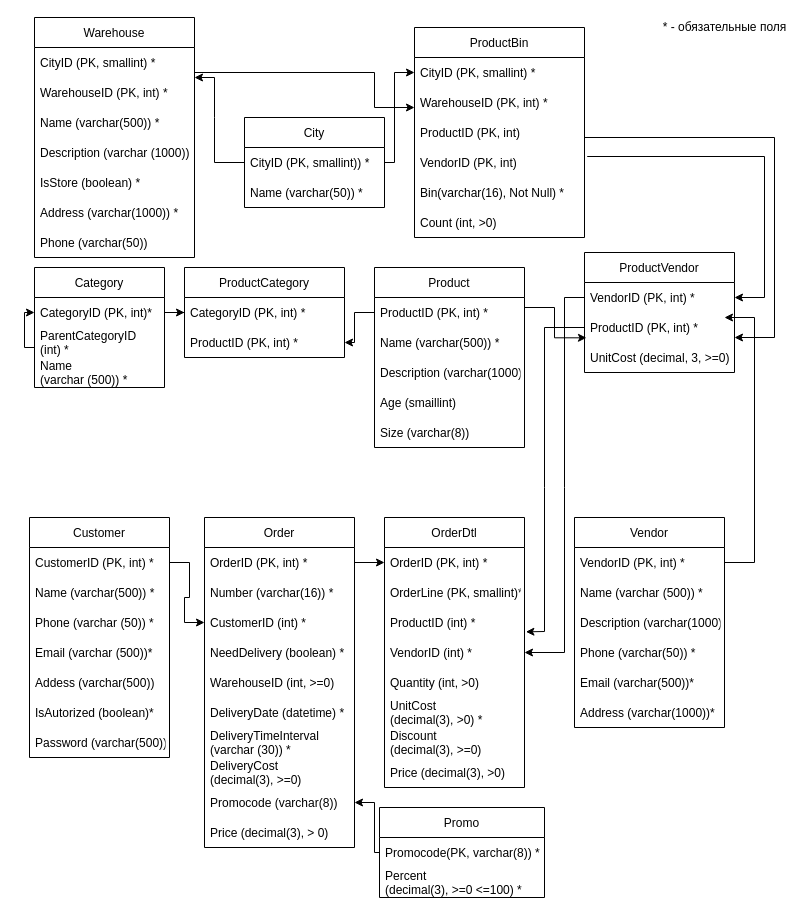
Before: page "Database Diagram" (1 of 5) of DBCourse_Diagram.drawio in iyudintseva/DBCourse05_2022, a draw.io diagram. Source tidied: cells renumbered, new cells numbered last; positions are measured from the earlier drawing's top-left corner, leaving out a move shared by most shapes. Both pictures are drawn from the tidied source at 100%, with x=0, y=0 at pixel (24, 17).
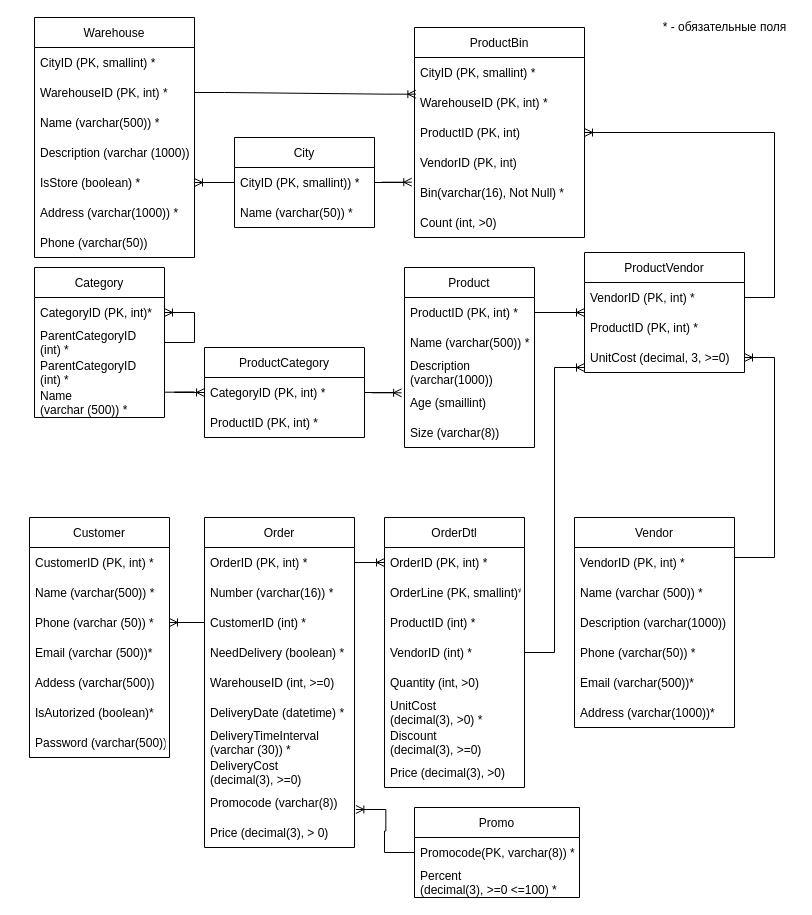
The same diagram, later.

Unchanged cells that the change refers to:
```xml
<mxCell id="3" value="CustomerID (PK, int) *" style="text;strokeColor=none;fillColor=none;align=left;verticalAlign=middle;spacingLeft=4;spacingRight=4;overflow=hidden;points=[[0,0.5],[1,0.5]];portConstraint=eastwest;" parent="2" vertex="1">
  <mxGeometry y="30" width="140" height="30" as="geometry" />
</mxCell>
<mxCell id="5" value="Phone (varchar (50)) *" style="text;strokeColor=none;fillColor=none;align=left;verticalAlign=middle;spacingLeft=4;spacingRight=4;overflow=hidden;points=[[0,0.5],[1,0.5]];portConstraint=eastwest;" parent="2" vertex="1">
  <mxGeometry y="90" width="140" height="30" as="geometry" />
</mxCell>
<mxCell id="25" value="WarehouseID (PK, int) *" style="text;strokeColor=none;fillColor=none;align=left;verticalAlign=middle;spacingLeft=4;spacingRight=4;overflow=hidden;points=[[0,0.5],[1,0.5]];portConstraint=eastwest;" parent="23" vertex="1">
  <mxGeometry y="60" width="160" height="30" as="geometry" />
</mxCell>
<mxCell id="28" value="IsStore (boolean) *" style="text;strokeColor=none;fillColor=none;align=left;verticalAlign=middle;spacingLeft=4;spacingRight=4;overflow=hidden;points=[[0,0.5],[1,0.5]];portConstraint=eastwest;" parent="23" vertex="1">
  <mxGeometry y="150" width="160" height="30" as="geometry" />
</mxCell>
<mxCell id="32" value="CityID (PK, smallint) *" style="text;strokeColor=none;fillColor=none;align=left;verticalAlign=middle;spacingLeft=4;spacingRight=4;overflow=hidden;points=[[0,0.5],[1,0.5]];portConstraint=eastwest;" parent="31" vertex="1">
  <mxGeometry y="30" width="170" height="30" as="geometry" />
</mxCell>
<mxCell id="33" value="WarehouseID (PK, int) *" style="text;strokeColor=none;fillColor=none;align=left;verticalAlign=middle;spacingLeft=4;spacingRight=4;overflow=hidden;points=[[0,0.5],[1,0.5]];portConstraint=eastwest;" parent="31" vertex="1">
  <mxGeometry y="60" width="170" height="30" as="geometry" />
</mxCell>
<mxCell id="34" value="ProductID (PK, int)" style="text;strokeColor=none;fillColor=none;align=left;verticalAlign=middle;spacingLeft=4;spacingRight=4;overflow=hidden;points=[[0,0.5],[1,0.5]];portConstraint=eastwest;" parent="31" vertex="1">
  <mxGeometry y="90" width="170" height="30" as="geometry" />
</mxCell>
<mxCell id="35" value="VendorID (PK, int)" style="text;strokeColor=none;fillColor=none;align=left;verticalAlign=middle;spacingLeft=4;spacingRight=4;overflow=hidden;points=[[0,0.5],[1,0.5]];portConstraint=eastwest;" parent="31" vertex="1">
  <mxGeometry y="120" width="170" height="30" as="geometry" />
</mxCell>
<mxCell id="36" value="Bin(varchar(16), Not Null) *" style="text;strokeColor=none;fillColor=none;align=left;verticalAlign=middle;spacingLeft=4;spacingRight=4;overflow=hidden;points=[[0,0.5],[1,0.5]];portConstraint=eastwest;" parent="31" vertex="1">
  <mxGeometry y="150" width="170" height="30" as="geometry" />
</mxCell>
<mxCell id="39" value="OrderID (PK, int) *" style="text;strokeColor=none;fillColor=none;align=left;verticalAlign=middle;spacingLeft=4;spacingRight=4;overflow=hidden;points=[[0,0.5],[1,0.5]];portConstraint=eastwest;" parent="38" vertex="1">
  <mxGeometry y="30" width="150" height="30" as="geometry" />
</mxCell>
<mxCell id="41" value="CustomerID (int) *" style="text;strokeColor=none;fillColor=none;align=left;verticalAlign=middle;spacingLeft=4;spacingRight=4;overflow=hidden;points=[[0,0.5],[1,0.5]];portConstraint=eastwest;" parent="38" vertex="1">
  <mxGeometry y="90" width="150" height="30" as="geometry" />
</mxCell>
<mxCell id="47" value="Promocode (varchar(8))" style="text;strokeColor=none;fillColor=none;align=left;verticalAlign=middle;spacingLeft=4;spacingRight=4;overflow=hidden;points=[[0,0.5],[1,0.5]];portConstraint=eastwest;" parent="38" vertex="1">
  <mxGeometry y="270" width="150" height="30" as="geometry" />
</mxCell>
<mxCell id="50" value="OrderID (PK, int) *" style="text;strokeColor=none;fillColor=none;align=left;verticalAlign=middle;spacingLeft=4;spacingRight=4;overflow=hidden;points=[[0,0.5],[1,0.5]];portConstraint=eastwest;" parent="49" vertex="1">
  <mxGeometry y="30" width="140" height="30" as="geometry" />
</mxCell>
<mxCell id="52" value="ProductID (int) * " style="text;strokeColor=none;fillColor=none;align=left;verticalAlign=middle;spacingLeft=4;spacingRight=4;overflow=hidden;points=[[0,0.5],[1,0.5]];portConstraint=eastwest;" parent="49" vertex="1">
  <mxGeometry y="90" width="140" height="30" as="geometry" />
</mxCell>
<mxCell id="53" value="VendorID (int) *" style="text;strokeColor=none;fillColor=none;align=left;verticalAlign=middle;spacingLeft=4;spacingRight=4;overflow=hidden;points=[[0,0.5],[1,0.5]];portConstraint=eastwest;" parent="49" vertex="1">
  <mxGeometry y="120" width="140" height="30" as="geometry" />
</mxCell>
<mxCell id="59" value="CategoryID (PK, int)*" style="text;strokeColor=none;fillColor=none;align=left;verticalAlign=middle;spacingLeft=4;spacingRight=4;overflow=hidden;points=[[0,0.5],[1,0.5]];portConstraint=eastwest;" parent="58" vertex="1">
  <mxGeometry y="30" width="130" height="30" as="geometry" />
</mxCell>
<mxCell id="63" value="CategoryID (PK, int) *" style="text;strokeColor=none;fillColor=none;align=left;verticalAlign=middle;spacingLeft=4;spacingRight=4;overflow=hidden;points=[[0,0.5],[1,0.5]];portConstraint=eastwest;" parent="62" vertex="1">
  <mxGeometry y="30" width="160" height="30" as="geometry" />
</mxCell>
<mxCell id="64" value="ProductID (PK, int) *" style="text;strokeColor=none;fillColor=none;align=left;verticalAlign=middle;spacingLeft=4;spacingRight=4;overflow=hidden;points=[[0,0.5],[1,0.5]];portConstraint=eastwest;" parent="62" vertex="1">
  <mxGeometry y="60" width="160" height="30" as="geometry" />
</mxCell>
<mxCell id="78" value="CityID (PK, smallint)) *" style="text;strokeColor=none;fillColor=none;align=left;verticalAlign=middle;spacingLeft=4;spacingRight=4;overflow=hidden;points=[[0,0.5],[1,0.5]];portConstraint=eastwest;" parent="77" vertex="1">
  <mxGeometry y="30" width="140" height="30" as="geometry" />
</mxCell>
<mxCell id="89" value="Promocode(PK, varchar(8)) *" style="text;strokeColor=none;fillColor=none;align=left;verticalAlign=middle;spacingLeft=4;spacingRight=4;overflow=hidden;points=[[0,0.5],[1,0.5]];portConstraint=eastwest;" parent="88" vertex="1">
  <mxGeometry y="30" width="165" height="30" as="geometry" />
</mxCell>
```

Change to the diagram source:
```diff
@@
     <mxCell id="10" value="Vendor" style="swimlane;fontStyle=0;horizontal=1;startSize=30;" parent="1" vertex="1">
-      <mxGeometry x="550" y="500" width="150" height="210" as="geometry" />
+      <mxGeometry x="550" y="500" width="160" height="210" as="geometry" />
     </mxCell>
     <mxCell id="11" value="VendorID (PK, int) *" style="text;strokeColor=none;fillColor=none;align=left;verticalAlign=middle;spacingLeft=4;spacingRight=4;overflow=hidden;points=[[0,0.5],[1,0.5]];portConstraint=eastwest;" parent="10" vertex="1">
-      <mxGeometry y="30" width="150" height="30" as="geometry" />
+      <mxGeometry y="30" width="160" height="30" as="geometry" />
     </mxCell>
     <mxCell id="12" value="Name (varchar (500)) *" style="text;strokeColor=none;fillColor=none;align=left;verticalAlign=middle;spacingLeft=4;spacingRight=4;overflow=hidden;" parent="10" vertex="1">
-      <mxGeometry y="60" width="150" height="30" as="geometry" />
+      <mxGeometry y="60" width="160" height="30" as="geometry" />
     </mxCell>
     <mxCell id="13" value="Description (varchar(1000))" style="text;strokeColor=none;fillColor=none;align=left;verticalAlign=middle;spacingLeft=4;spacingRight=4;overflow=hidden;" parent="10" vertex="1">
-      <mxGeometry y="90" width="150" height="30" as="geometry" />
+      <mxGeometry y="90" width="160" height="30" as="geometry" />
     </mxCell>
     <mxCell id="14" value="Phone (varchar(50)) *" style="text;strokeColor=none;fillColor=none;align=left;verticalAlign=middle;spacingLeft=4;spacingRight=4;overflow=hidden;" parent="10" vertex="1">
-      <mxGeometry y="120" width="150" height="30" as="geometry" />
+      <mxGeometry y="120" width="160" height="30" as="geometry" />
     </mxCell>
     <mxCell id="15" value="Email (varchar(500))*" style="text;strokeColor=none;fillColor=none;align=left;verticalAlign=middle;spacingLeft=4;spacingRight=4;overflow=hidden;" parent="10" vertex="1">
-      <mxGeometry y="150" width="150" height="30" as="geometry" />
+      <mxGeometry y="150" width="160" height="30" as="geometry" />
     </mxCell>
     <mxCell id="16" value="Address (varchar(1000))*" style="text;strokeColor=none;fillColor=none;align=left;verticalAlign=middle;spacingLeft=4;spacingRight=4;overflow=hidden;" parent="10" vertex="1">
-      <mxGeometry y="180" width="150" height="30" as="geometry" />
+      <mxGeometry y="180" width="160" height="30" as="geometry" />
     </mxCell>
     <mxCell id="17" value="Product" style="swimlane;fontStyle=0;horizontal=1;startSize=30;" parent="1" vertex="1">
-      <mxGeometry x="350" y="250" width="150" height="180" as="geometry" />
+      <mxGeometry x="380" y="250" width="130" height="180" as="geometry" />
     </mxCell>
     <mxCell id="18" value="ProductID (PK, int) *" style="text;strokeColor=none;fillColor=none;align=left;verticalAlign=middle;spacingLeft=4;spacingRight=4;overflow=hidden;points=[[0,0.5],[1,0.5]];portConstraint=eastwest;" parent="17" vertex="1">
-      <mxGeometry y="30" width="150" height="30" as="geometry" />
+      <mxGeometry y="30" width="130" height="30" as="geometry" />
     </mxCell>
     <mxCell id="19" value="Name (varchar(500)) *" style="text;strokeColor=none;fillColor=none;align=left;verticalAlign=middle;spacingLeft=4;spacingRight=4;overflow=hidden;" parent="17" vertex="1">
-      <mxGeometry y="60" width="150" height="30" as="geometry" />
+      <mxGeometry y="60" width="130" height="30" as="geometry" />
     </mxCell>
-    <mxCell id="20" value="Description (varchar(1000))" style="text;strokeColor=none;fillColor=none;align=left;verticalAlign=middle;spacingLeft=4;spacingRight=4;overflow=hidden;" parent="17" vertex="1">
-      <mxGeometry y="90" width="150" height="30" as="geometry" />
+    <mxCell id="20" value="Description &#10;(varchar(1000))" style="text;strokeColor=none;fillColor=none;align=left;verticalAlign=middle;spacingLeft=4;spacingRight=4;overflow=hidden;" parent="17" vertex="1">
+      <mxGeometry y="90" width="130" height="30" as="geometry" />
     </mxCell>
     <mxCell id="21" value="Age (smaillint)" style="text;strokeColor=none;fillColor=none;align=left;verticalAlign=middle;spacingLeft=4;spacingRight=4;overflow=hidden;points=[[0,0.5],[1,0.5]];portConstraint=eastwest;" parent="17" vertex="1">
-      <mxGeometry y="120" width="150" height="30" as="geometry" />
+      <mxGeometry y="120" width="130" height="30" as="geometry" />
     </mxCell>
     <mxCell id="22" value="Size (varchar(8))" style="text;strokeColor=none;fillColor=none;align=left;verticalAlign=middle;spacingLeft=4;spacingRight=4;overflow=hidden;" parent="17" vertex="1">
-      <mxGeometry y="150" width="150" height="30" as="geometry" />
+      <mxGeometry y="150" width="130" height="30" as="geometry" />
     </mxCell>
@@
     <mxCell id="58" value="Category" style="swimlane;fontStyle=0;horizontal=1;startSize=30;" parent="1" vertex="1">
-      <mxGeometry x="10" y="250" width="130" height="120" as="geometry" />
+      <mxGeometry x="10" y="250" width="130" height="150" as="geometry" />
     </mxCell>
@@
+    <mxCell id="91" value="ParentCategoryID&#10;(int) *" style="text;strokeColor=none;fillColor=none;align=left;verticalAlign=middle;spacingLeft=4;spacingRight=4;overflow=hidden;points=[[0,0.5],[1,0.5]];portConstraint=eastwest;" parent="58" vertex="1">
+      <mxGeometry y="60" width="130" height="30" as="geometry" />
+    </mxCell>
     <mxCell id="60" value="ParentCategoryID&#10;(int) *" style="text;strokeColor=none;fillColor=none;align=left;verticalAlign=middle;spacingLeft=4;spacingRight=4;overflow=hidden;" parent="58" vertex="1">
-      <mxGeometry y="60" width="130" height="30" as="geometry" />
+      <mxGeometry y="90" width="130" height="30" as="geometry" />
     </mxCell>
     <mxCell id="61" value="Name &#10;(varchar (500)) *" style="text;strokeColor=none;fillColor=none;align=left;verticalAlign=middle;spacingLeft=4;spacingRight=4;overflow=hidden;points=[[0,0.5],[1,0.5]];portConstraint=eastwest;" parent="58" vertex="1">
-      <mxGeometry y="90" width="130" height="30" as="geometry" />
+      <mxGeometry y="120" width="130" height="30" as="geometry" />
     </mxCell>
+    <mxCell id="92" style="edgeStyle=entityRelationEdgeStyle;fontSize=12;html=1;endArrow=ERoneToMany;rounded=0;entryX=1;entryY=0.5;entryDx=0;entryDy=0;" parent="58" edge="1" source="91" target="59">
+      <mxGeometry relative="1" as="geometry" />
+    </mxCell>
     <mxCell id="62" value="ProductCategory" style="swimlane;fontStyle=0;horizontal=1;startSize=30;" parent="1" vertex="1">
-      <mxGeometry x="160" y="250" width="160" height="90" as="geometry" />
+      <mxGeometry x="180" y="330" width="160" height="90" as="geometry" />
     </mxCell>
@@
-    <mxCell id="65" style="edgeStyle=orthogonalEdgeStyle;rounded=0;jettySize=auto;html=1;exitX=1;exitY=0.5;exitDx=0;exitDy=0;" parent="1" edge="1" source="25">
-      <mxGeometry relative="1" as="geometry">
-        <mxPoint x="390" y="90" as="targetPoint" />
-        <Array as="points">
-          <mxPoint x="170" y="55" />
-          <mxPoint x="350" y="55" />
-          <mxPoint x="350" y="90" />
-        </Array>
-      </mxGeometry>
-    </mxCell>
-    <mxCell id="66" style="edgeStyle=orthogonalEdgeStyle;rounded=0;jettySize=auto;html=1;entryX=1;entryY=0.5;entryDx=0;entryDy=0;" parent="1" edge="1" source="18" target="64">
-      <mxGeometry relative="1" as="geometry" />
-    </mxCell>
-    <mxCell id="67" style="edgeStyle=orthogonalEdgeStyle;rounded=0;jettySize=auto;html=1;entryX=0;entryY=0.5;entryDx=0;entryDy=0;" parent="1" edge="1" source="59" target="63">
-      <mxGeometry relative="1" as="geometry" />
-    </mxCell>
-    <mxCell id="68" style="edgeStyle=orthogonalEdgeStyle;rounded=0;jettySize=auto;html=1;" parent="1" edge="1" target="59">
-      <mxGeometry relative="1" as="geometry">
-        <mxPoint x="10" y="330" as="sourcePoint" />
-        <Array as="points">
-          <mxPoint y="330" />
-          <mxPoint y="295" />
-        </Array>
-      </mxGeometry>
-    </mxCell>
-    <mxCell id="69" style="edgeStyle=orthogonalEdgeStyle;rounded=0;jettySize=auto;html=1;" parent="1" edge="1" source="3" target="41">
-      <mxGeometry relative="1" as="geometry" />
-    </mxCell>
-    <mxCell id="70" style="edgeStyle=orthogonalEdgeStyle;rounded=0;jettySize=auto;html=1;entryX=0;entryY=0.5;entryDx=0;entryDy=0;" parent="1" edge="1" source="39" target="50">
-      <mxGeometry relative="1" as="geometry" />
-    </mxCell>
     <mxCell id="71" value="ProductVendor" style="swimlane;fontStyle=0;horizontal=1;startSize=30;" parent="1" vertex="1">
-      <mxGeometry x="560" y="235" width="150" height="120" as="geometry" />
+      <mxGeometry x="560" y="235" width="160" height="120" as="geometry" />
     </mxCell>
     <mxCell id="72" value="VendorID (PK, int) *" style="text;strokeColor=none;fillColor=none;align=left;verticalAlign=middle;spacingLeft=4;spacingRight=4;overflow=hidden;points=[[0,0.5],[1,0.5]];portConstraint=eastwest;" parent="71" vertex="1">
-      <mxGeometry y="30" width="150" height="30" as="geometry" />
+      <mxGeometry y="30" width="160" height="30" as="geometry" />
     </mxCell>
     <mxCell id="73" value="ProductID (PK, int) *" style="text;strokeColor=none;fillColor=none;align=left;verticalAlign=middle;spacingLeft=4;spacingRight=4;overflow=hidden;points=[[0,0.5],[1,0.5]];portConstraint=eastwest;" parent="71" vertex="1">
-      <mxGeometry y="60" width="150" height="30" as="geometry" />
+      <mxGeometry y="60" width="160" height="30" as="geometry" />
     </mxCell>
     <mxCell id="74" value="UnitCost (decimal, 3, &gt;=0)" style="text;strokeColor=none;fillColor=none;align=left;verticalAlign=middle;spacingLeft=4;spacingRight=4;overflow=hidden;points=[[0,0.5],[1,0.5]];portConstraint=eastwest;" parent="71" vertex="1">
-      <mxGeometry y="90" width="150" height="30" as="geometry" />
+      <mxGeometry y="90" width="160" height="30" as="geometry" />
     </mxCell>
-    <mxCell id="75" style="edgeStyle=orthogonalEdgeStyle;rounded=0;jettySize=auto;html=1;" parent="1" edge="1" source="11">
-      <mxGeometry relative="1" as="geometry">
-        <mxPoint x="700" y="300" as="targetPoint" />
-        <Array as="points">
-          <mxPoint x="730" y="545" />
-          <mxPoint x="730" y="300" />
-        </Array>
-      </mxGeometry>
-    </mxCell>
-    <mxCell id="76" style="edgeStyle=orthogonalEdgeStyle;rounded=0;jettySize=auto;html=1;entryX=0.013;entryY=0.844;entryDx=0;entryDy=0;entryPerimeter=0;" parent="1" edge="1" source="18" target="73">
-      <mxGeometry relative="1" as="geometry">
-        <Array as="points">
-          <mxPoint x="530" y="290" />
-          <mxPoint x="530" y="320" />
-        </Array>
-      </mxGeometry>
-    </mxCell>
     <mxCell id="77" value="City" style="swimlane;fontStyle=0;horizontal=1;startSize=30;" parent="1" vertex="1">
-      <mxGeometry x="220" y="100" width="140" height="90" as="geometry" />
+      <mxGeometry x="210" y="120" width="140" height="90" as="geometry" />
     </mxCell>
@@
-    <mxCell id="80" style="edgeStyle=orthogonalEdgeStyle;rounded=0;jettySize=auto;html=1;exitX=1;exitY=0.5;exitDx=0;exitDy=0;entryX=0;entryY=0.5;entryDx=0;entryDy=0;" parent="1" edge="1" source="78" target="32">
-      <mxGeometry relative="1" as="geometry">
-        <Array as="points">
-          <mxPoint x="370" y="145" />
-          <mxPoint x="370" y="55" />
-        </Array>
-      </mxGeometry>
-    </mxCell>
-    <mxCell id="81" style="endArrow=classic;html=1;rounded=0;exitX=0;exitY=0.5;exitDx=0;exitDy=0;" parent="1" edge="1" source="78">
-      <mxGeometry relative="1" as="geometry">
-        <mxPoint x="170" y="60" as="targetPoint" />
-        <Array as="points">
-          <mxPoint x="190" y="145" />
-          <mxPoint x="190" y="100" />
-          <mxPoint x="190" y="60" />
-        </Array>
-      </mxGeometry>
-    </mxCell>
-    <mxCell id="82" style="endArrow=classic;html=1;rounded=0;exitX=0;exitY=0.5;exitDx=0;exitDy=0;entryX=1.01;entryY=0.811;entryDx=0;entryDy=0;entryPerimeter=0;" parent="1" edge="1" source="73" target="52">
-      <mxGeometry relative="1" as="geometry">
-        <Array as="points">
-          <mxPoint x="520" y="310" />
-          <mxPoint x="520" y="470" />
-          <mxPoint x="520" y="614" />
-        </Array>
-      </mxGeometry>
-    </mxCell>
@@
-    <mxCell id="84" style="endArrow=classic;html=1;rounded=0;exitX=0;exitY=0.5;exitDx=0;exitDy=0;entryX=1;entryY=0.5;entryDx=0;entryDy=0;" parent="1" edge="1" source="72" target="53">
-      <mxGeometry relative="1" as="geometry">
-        <Array as="points">
-          <mxPoint x="540" y="280" />
-          <mxPoint x="540" y="470" />
-          <mxPoint x="540" y="635" />
-        </Array>
-      </mxGeometry>
-    </mxCell>
-    <mxCell id="85" style="endArrow=classic;html=1;rounded=0;exitX=1.016;exitY=0.3;exitDx=0;exitDy=0;exitPerimeter=0;entryX=1;entryY=0.5;entryDx=0;entryDy=0;" parent="1" edge="1" source="35" target="72">
-      <mxGeometry relative="1" as="geometry">
-        <Array as="points">
-          <mxPoint x="740" y="139" />
-          <mxPoint x="740" y="280" />
-        </Array>
-      </mxGeometry>
-    </mxCell>
-    <mxCell id="86" style="endArrow=classic;html=1;rounded=0;" parent="1" edge="1">
-      <mxGeometry relative="1" as="geometry">
-        <mxPoint x="560" y="120" as="sourcePoint" />
-        <mxPoint x="710" y="320" as="targetPoint" />
-        <Array as="points">
-          <mxPoint x="750" y="120" />
-          <mxPoint x="750" y="320" />
-        </Array>
-      </mxGeometry>
-    </mxCell>
-    <mxCell id="87" style="edgeStyle=orthogonalEdgeStyle;rounded=0;jettySize=auto;html=1;entryX=1;entryY=0.5;entryDx=0;entryDy=0;" parent="1" edge="1" source="88" target="47">
-      <mxGeometry relative="1" as="geometry">
-        <Array as="points">
-          <mxPoint x="350" y="835" />
-          <mxPoint x="350" y="785" />
-        </Array>
-      </mxGeometry>
-    </mxCell>
     <mxCell id="88" value="Promo" style="swimlane;fontStyle=0;horizontal=1;startSize=30;" parent="1" vertex="1">
-      <mxGeometry x="355" y="790" width="165" height="90" as="geometry" />
+      <mxGeometry x="390" y="790" width="165" height="90" as="geometry" />
     </mxCell>
@@
+    <mxCell id="93" style="edgeStyle=entityRelationEdgeStyle;fontSize=12;html=1;endArrow=ERoneToMany;rounded=0;exitX=1;exitY=0.156;exitDx=0;exitDy=0;exitPerimeter=0;entryX=0;entryY=0.5;entryDx=0;entryDy=0;" parent="1" edge="1" source="61" target="63">
+      <mxGeometry relative="1" as="geometry" />
+    </mxCell>
+    <mxCell id="94" style="edgeStyle=entityRelationEdgeStyle;fontSize=12;html=1;endArrow=ERoneToMany;rounded=0;exitX=0;exitY=0.5;exitDx=0;exitDy=0;entryX=1;entryY=0.5;entryDx=0;entryDy=0;" parent="1" edge="1" source="78" target="28">
+      <mxGeometry relative="1" as="geometry" />
+    </mxCell>
+    <mxCell id="95" style="edgeStyle=entityRelationEdgeStyle;fontSize=12;html=1;endArrow=ERoneToMany;rounded=0;exitX=1;exitY=0.5;exitDx=0;exitDy=0;entryX=-0.022;entryY=0.178;entryDx=0;entryDy=0;entryPerimeter=0;" parent="1" edge="1" source="63" target="21">
+      <mxGeometry relative="1" as="geometry" />
+    </mxCell>
+    <mxCell id="96" style="edgeStyle=entityRelationEdgeStyle;fontSize=12;html=1;endArrow=ERoneToMany;rounded=0;exitX=1;exitY=0.5;exitDx=0;exitDy=0;" parent="1" edge="1" source="18">
+      <mxGeometry relative="1" as="geometry">
+        <mxPoint x="560" y="295" as="targetPoint" />
+      </mxGeometry>
+    </mxCell>
+    <mxCell id="97" style="edgeStyle=entityRelationEdgeStyle;fontSize=12;html=1;endArrow=ERoneToMany;rounded=0;entryX=1;entryY=0.5;entryDx=0;entryDy=0;" parent="1" edge="1" target="34">
+      <mxGeometry relative="1" as="geometry">
+        <mxPoint x="720" y="280" as="sourcePoint" />
+      </mxGeometry>
+    </mxCell>
+    <mxCell id="98" style="edgeStyle=entityRelationEdgeStyle;fontSize=12;html=1;endArrow=ERoneToMany;rounded=0;exitX=1;exitY=0.5;exitDx=0;exitDy=0;entryX=-0.016;entryY=0.156;entryDx=0;entryDy=0;entryPerimeter=0;" parent="1" edge="1" source="78" target="36">
+      <mxGeometry relative="1" as="geometry" />
+    </mxCell>
+    <mxCell id="99" style="edgeStyle=entityRelationEdgeStyle;fontSize=12;html=1;endArrow=ERoneToMany;rounded=0;exitX=1;exitY=0.5;exitDx=0;exitDy=0;entryX=0.008;entryY=0.222;entryDx=0;entryDy=0;entryPerimeter=0;" parent="1" edge="1" source="25" target="33">
+      <mxGeometry relative="1" as="geometry" />
+    </mxCell>
+    <mxCell id="100" style="edgeStyle=entityRelationEdgeStyle;fontSize=12;html=1;endArrow=ERoneToMany;rounded=0;" parent="1" edge="1" target="74">
+      <mxGeometry relative="1" as="geometry">
+        <mxPoint x="710" y="540" as="sourcePoint" />
+      </mxGeometry>
+    </mxCell>
+    <mxCell id="101" style="edgeStyle=entityRelationEdgeStyle;fontSize=12;html=1;endArrow=ERoneToMany;rounded=0;exitX=1;exitY=0.5;exitDx=0;exitDy=0;" parent="1" edge="1" source="53">
+      <mxGeometry relative="1" as="geometry">
+        <mxPoint x="560" y="350" as="targetPoint" />
+      </mxGeometry>
+    </mxCell>
+    <mxCell id="102" style="edgeStyle=entityRelationEdgeStyle;fontSize=12;html=1;endArrow=ERoneToMany;rounded=0;exitX=1;exitY=0.5;exitDx=0;exitDy=0;" parent="1" edge="1" source="39">
+      <mxGeometry relative="1" as="geometry">
+        <mxPoint x="360" y="545" as="targetPoint" />
+      </mxGeometry>
+    </mxCell>
+    <mxCell id="103" style="edgeStyle=entityRelationEdgeStyle;fontSize=12;html=1;endArrow=ERoneToMany;rounded=0;exitX=0;exitY=0.5;exitDx=0;exitDy=0;entryX=1.009;entryY=0.733;entryDx=0;entryDy=0;entryPerimeter=0;" parent="1" edge="1" source="89" target="47">
+      <mxGeometry relative="1" as="geometry" />
+    </mxCell>
+    <mxCell id="104" style="edgeStyle=entityRelationEdgeStyle;fontSize=12;html=1;endArrow=ERoneToMany;rounded=0;exitX=0;exitY=0.5;exitDx=0;exitDy=0;entryX=1;entryY=0.5;entryDx=0;entryDy=0;" parent="1" edge="1" source="41" target="5">
+      <mxGeometry relative="1" as="geometry" />
+    </mxCell>
```
